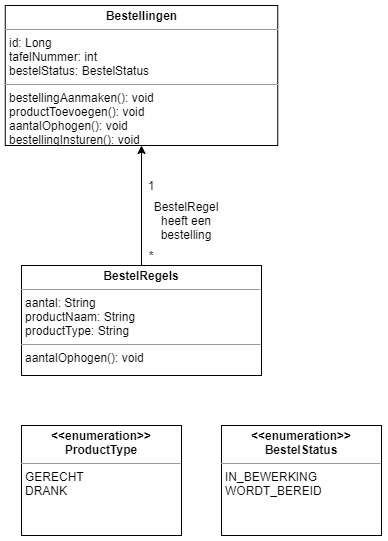
Armaniimus/ARE_Galaxy-burger keeps this draw.io diagram as documentatie/klasse/klasse-totaal.drawio.png. Above is the earlier version. Source tidied: cells renumbered, new cells last; positions are measured from the earlier drawing's top-left corner, leaving out a move shared by most shapes.
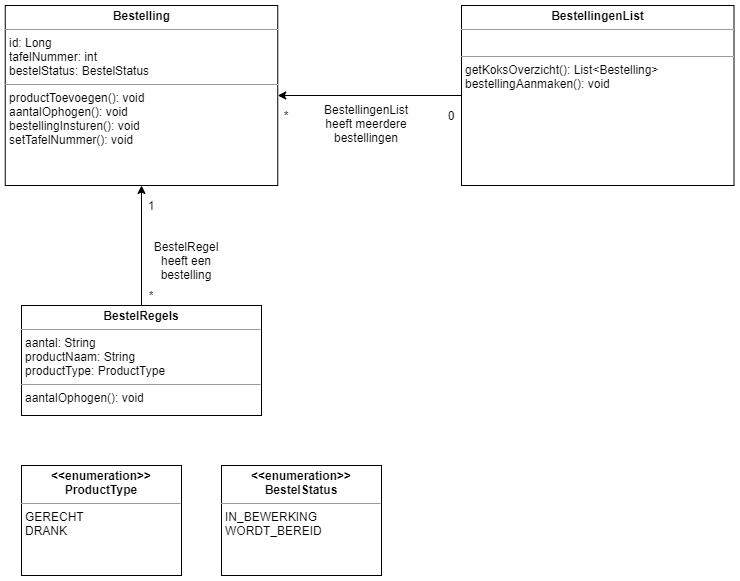
Later version of the same file.

Commit message:
klassen diagrammen aangevuld #19

Change to the diagram source:
```diff
@@ -5,17 +5,17 @@
     <mxCell id="2" style="edgeStyle=orthogonalEdgeStyle;rounded=0;jettySize=auto;html=1;exitX=0.5;exitY=0;exitDx=0;exitDy=0;entryX=0.5;entryY=1;entryDx=0;entryDy=0;endArrow=classic;endFill=1;" parent="1" edge="1" source="4" target="3">
       <mxGeometry relative="1" as="geometry" />
     </mxCell>
-    <mxCell id="3" value="&lt;p style=&quot;margin: 0px ; margin-top: 4px ; text-align: center&quot;&gt;&lt;b&gt;Bestellingen&lt;/b&gt;&lt;/p&gt;&lt;hr size=&quot;1&quot;&gt;&lt;p style=&quot;margin: 0px ; margin-left: 4px&quot;&gt;id: Long&lt;/p&gt;&lt;p style=&quot;margin: 0px ; margin-left: 4px&quot;&gt;tafelNummer: int&lt;/p&gt;&lt;p style=&quot;margin: 0px ; margin-left: 4px&quot;&gt;bestelStatus: BestelStatus&lt;/p&gt;&lt;hr size=&quot;1&quot;&gt;&lt;p style=&quot;margin: 0px ; margin-left: 4px&quot;&gt;bestellingAanmaken(): void&lt;/p&gt;&lt;p style=&quot;margin: 0px ; margin-left: 4px&quot;&gt;productToevoegen(): void&lt;br&gt;&lt;/p&gt;&lt;p style=&quot;margin: 0px ; margin-left: 4px&quot;&gt;aantalOphogen(&lt;span&gt;): void&lt;/span&gt;&lt;/p&gt;&lt;p style=&quot;margin: 0px ; margin-left: 4px&quot;&gt;bestellingInsturen(): void&lt;/p&gt;&lt;p style=&quot;margin: 0px ; margin-left: 4px&quot;&gt;setTafelNummer(): void&lt;br&gt;&lt;/p&gt;" style="verticalAlign=top;align=left;overflow=fill;fontSize=12;fontFamily=Helvetica;html=1;" parent="1" vertex="1">
-      <mxGeometry x="-0.2" width="272.5" height="140" as="geometry" />
+    <mxCell id="3" value="&lt;p style=&quot;margin: 0px ; margin-top: 4px ; text-align: center&quot;&gt;&lt;b&gt;Bestelling&lt;/b&gt;&lt;/p&gt;&lt;hr size=&quot;1&quot;&gt;&lt;p style=&quot;margin: 0px ; margin-left: 4px&quot;&gt;id: Long&lt;/p&gt;&lt;p style=&quot;margin: 0px ; margin-left: 4px&quot;&gt;tafelNummer: int&lt;/p&gt;&lt;p style=&quot;margin: 0px ; margin-left: 4px&quot;&gt;bestelStatus: BestelStatus&lt;/p&gt;&lt;hr size=&quot;1&quot;&gt;&lt;p style=&quot;margin: 0px ; margin-left: 4px&quot;&gt;&lt;span&gt;productToevoegen(): void&lt;/span&gt;&lt;br&gt;&lt;/p&gt;&lt;p style=&quot;margin: 0px ; margin-left: 4px&quot;&gt;aantalOphogen(&lt;span&gt;): void&lt;/span&gt;&lt;/p&gt;&lt;p style=&quot;margin: 0px ; margin-left: 4px&quot;&gt;bestellingInsturen(): void&lt;/p&gt;&lt;p style=&quot;margin: 0px ; margin-left: 4px&quot;&gt;setTafelNummer(): void&lt;/p&gt;" style="verticalAlign=top;align=left;overflow=fill;fontSize=12;fontFamily=Helvetica;html=1;" parent="1" vertex="1">
+      <mxGeometry x="-0.2" y="-40" width="272.5" height="180" as="geometry" />
     </mxCell>
-    <mxCell id="4" value="&lt;p style=&quot;margin: 0px ; margin-top: 4px ; text-align: center&quot;&gt;&lt;b&gt;BestelRegels&lt;/b&gt;&lt;/p&gt;&lt;hr size=&quot;1&quot;&gt;&lt;p style=&quot;margin: 0px ; margin-left: 4px&quot;&gt;aantal: String&lt;/p&gt;&lt;p style=&quot;margin: 0px ; margin-left: 4px&quot;&gt;productNaam: String&lt;br&gt;&lt;/p&gt;&lt;p style=&quot;margin: 0px ; margin-left: 4px&quot;&gt;productType: String&lt;br&gt;&lt;/p&gt;&lt;hr size=&quot;1&quot;&gt;&lt;p style=&quot;margin: 0px ; margin-left: 4px&quot;&gt;aantalOphogen(): void&lt;/p&gt;" style="verticalAlign=top;align=left;overflow=fill;fontSize=12;fontFamily=Helvetica;html=1;" parent="1" vertex="1">
+    <mxCell id="4" value="&lt;p style=&quot;margin: 0px ; margin-top: 4px ; text-align: center&quot;&gt;&lt;b&gt;BestelRegels&lt;/b&gt;&lt;/p&gt;&lt;hr size=&quot;1&quot;&gt;&lt;p style=&quot;margin: 0px ; margin-left: 4px&quot;&gt;aantal: String&lt;/p&gt;&lt;p style=&quot;margin: 0px ; margin-left: 4px&quot;&gt;productNaam: String&lt;br&gt;&lt;/p&gt;&lt;p style=&quot;margin: 0px ; margin-left: 4px&quot;&gt;productType: ProductType&lt;/p&gt;&lt;hr size=&quot;1&quot;&gt;&lt;p style=&quot;margin: 0px ; margin-left: 4px&quot;&gt;aantalOphogen(): void&lt;/p&gt;" style="verticalAlign=top;align=left;overflow=fill;fontSize=12;fontFamily=Helvetica;html=1;" parent="1" vertex="1">
       <mxGeometry x="16" y="260" width="240" height="110" as="geometry" />
     </mxCell>
     <mxCell id="5" value="&lt;p style=&quot;margin: 0px ; margin-top: 4px ; text-align: center&quot;&gt;&lt;b&gt;&amp;lt;&amp;lt;enumeration&amp;gt;&amp;gt;&lt;br&gt;ProductType&lt;/b&gt;&lt;/p&gt;&lt;hr size=&quot;1&quot;&gt;&lt;p style=&quot;margin: 0px ; margin-left: 4px&quot;&gt;GERECHT&lt;/p&gt;&lt;p style=&quot;margin: 0px ; margin-left: 4px&quot;&gt;&lt;/p&gt;&lt;p style=&quot;margin: 0px ; margin-left: 4px&quot;&gt;DRANK&lt;/p&gt;" style="verticalAlign=top;align=left;overflow=fill;fontSize=12;fontFamily=Helvetica;html=1;" parent="1" vertex="1">
       <mxGeometry x="16" y="420" width="160" height="110" as="geometry" />
     </mxCell>
     <mxCell id="6" value="1" style="text;html=1;strokeColor=none;fillColor=none;align=center;verticalAlign=middle;whiteSpace=wrap;rounded=0;" parent="1" vertex="1">
-      <mxGeometry x="136" y="170" width="20" height="20" as="geometry" />
+      <mxGeometry x="136" y="150" width="20" height="20" as="geometry" />
     </mxCell>
     <mxCell id="7" value="*" style="text;html=1;strokeColor=none;fillColor=none;align=center;verticalAlign=middle;whiteSpace=wrap;rounded=0;" parent="1" vertex="1">
       <mxGeometry x="136" y="240" width="20" height="20" as="geometry" />
@@ -26,5 +26,20 @@
     <mxCell id="9" value="&lt;p style=&quot;margin: 0px ; margin-top: 4px ; text-align: center&quot;&gt;&lt;b&gt;&amp;lt;&amp;lt;enumeration&amp;gt;&amp;gt;&lt;br&gt;BestelStatus&lt;/b&gt;&lt;/p&gt;&lt;hr size=&quot;1&quot;&gt;&lt;p style=&quot;margin: 0px ; margin-left: 4px&quot;&gt;IN_BEWERKING&lt;/p&gt;&lt;p style=&quot;margin: 0px ; margin-left: 4px&quot;&gt;&lt;/p&gt;&lt;p style=&quot;margin: 0px ; margin-left: 4px&quot;&gt;WORDT_BEREID&lt;/p&gt;" style="verticalAlign=top;align=left;overflow=fill;fontSize=12;fontFamily=Helvetica;html=1;" parent="1" vertex="1">
       <mxGeometry x="216" y="420" width="160" height="110" as="geometry" />
     </mxCell>
+    <mxCell id="10" style="edgeStyle=orthogonalEdgeStyle;rounded=0;jettySize=auto;html=1;entryX=1;entryY=0.5;entryDx=0;entryDy=0;" parent="1" edge="1" source="11" target="3">
+      <mxGeometry relative="1" as="geometry" />
+    </mxCell>
+    <mxCell id="11" value="&lt;p style=&quot;margin: 0px ; margin-top: 4px ; text-align: center&quot;&gt;&lt;b&gt;BestellingenList&lt;/b&gt;&lt;/p&gt;&lt;hr size=&quot;1&quot;&gt;&lt;p style=&quot;margin: 0px ; margin-left: 4px&quot;&gt;&lt;br&gt;&lt;/p&gt;&lt;hr size=&quot;1&quot;&gt;&lt;p style=&quot;margin: 0px ; margin-left: 4px&quot;&gt;getKoksOverzicht(): List&amp;lt;Bestelling&amp;gt;&lt;/p&gt;&lt;p style=&quot;margin: 0px ; margin-left: 4px&quot;&gt;bestellingAanmaken(): void&lt;br&gt;&lt;/p&gt;" style="verticalAlign=top;align=left;overflow=fill;fontSize=12;fontFamily=Helvetica;html=1;" parent="1" vertex="1">
+      <mxGeometry x="456" y="-40" width="272.5" height="180" as="geometry" />
+    </mxCell>
+    <mxCell id="12" value="*" style="text;html=1;strokeColor=none;fillColor=none;align=center;verticalAlign=middle;whiteSpace=wrap;rounded=0;" parent="1" vertex="1">
+      <mxGeometry x="271" y="60" width="20" height="20" as="geometry" />
+    </mxCell>
+    <mxCell id="13" value="0" style="text;html=1;strokeColor=none;fillColor=none;align=center;verticalAlign=middle;whiteSpace=wrap;rounded=0;" parent="1" vertex="1">
+      <mxGeometry x="436" y="60" width="20" height="20" as="geometry" />
+    </mxCell>
+    <mxCell id="14" value="BestellingenList heeft meerdere bestellingen" style="text;html=1;strokeColor=none;fillColor=none;align=center;verticalAlign=middle;whiteSpace=wrap;rounded=0;" parent="1" vertex="1">
+      <mxGeometry x="316" y="55" width="90" height="45" as="geometry" />
+    </mxCell>
   </root>
 </mxGraphModel>
```
